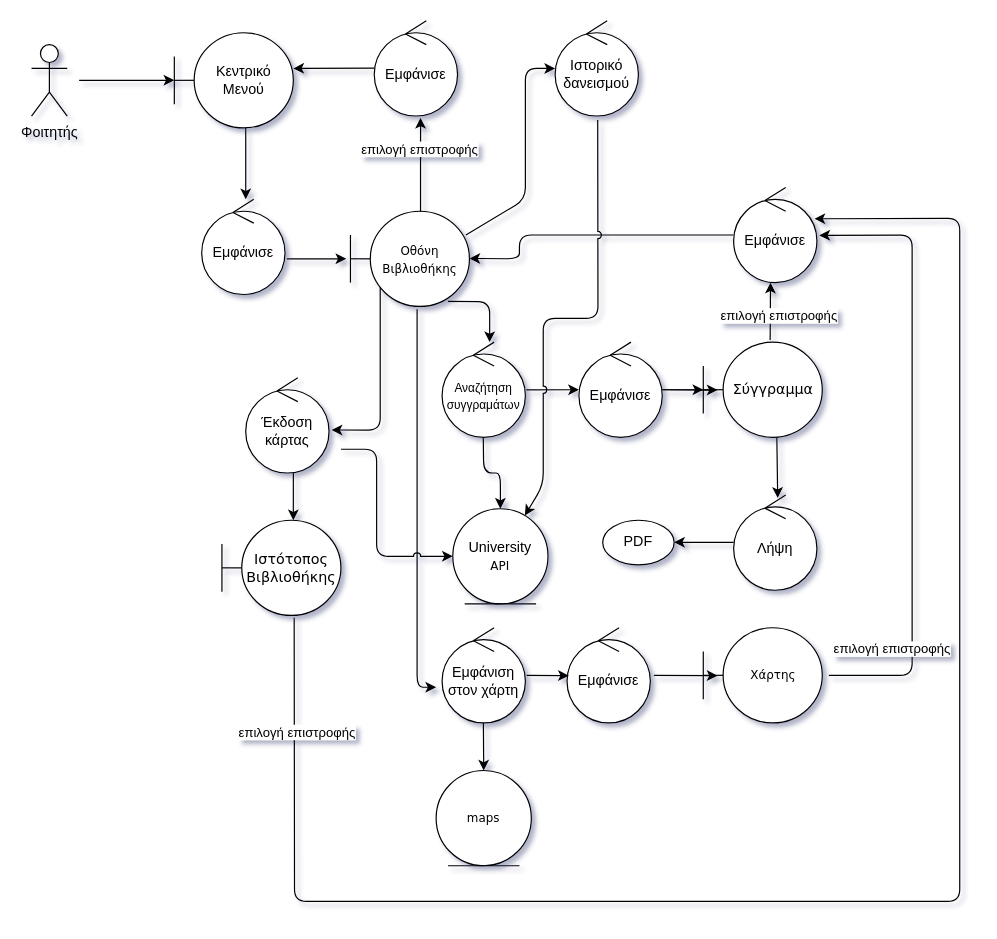
Ibournakas/PaPapp keeps this draw.io diagram as page "Library" (6 of 7) of docs/Contributions/Vaggelis/Robustness-diagrams-v0.1.drawio. Above is the earlier version. Source tidied: cells renumbered, new cells numbered last; positions are measured from the earlier drawing's top-left corner, leaving out a move shared by most shapes. Both pictures are drawn from the tidied source at 119%, with x=0, y=0 at pixel (31, 20).
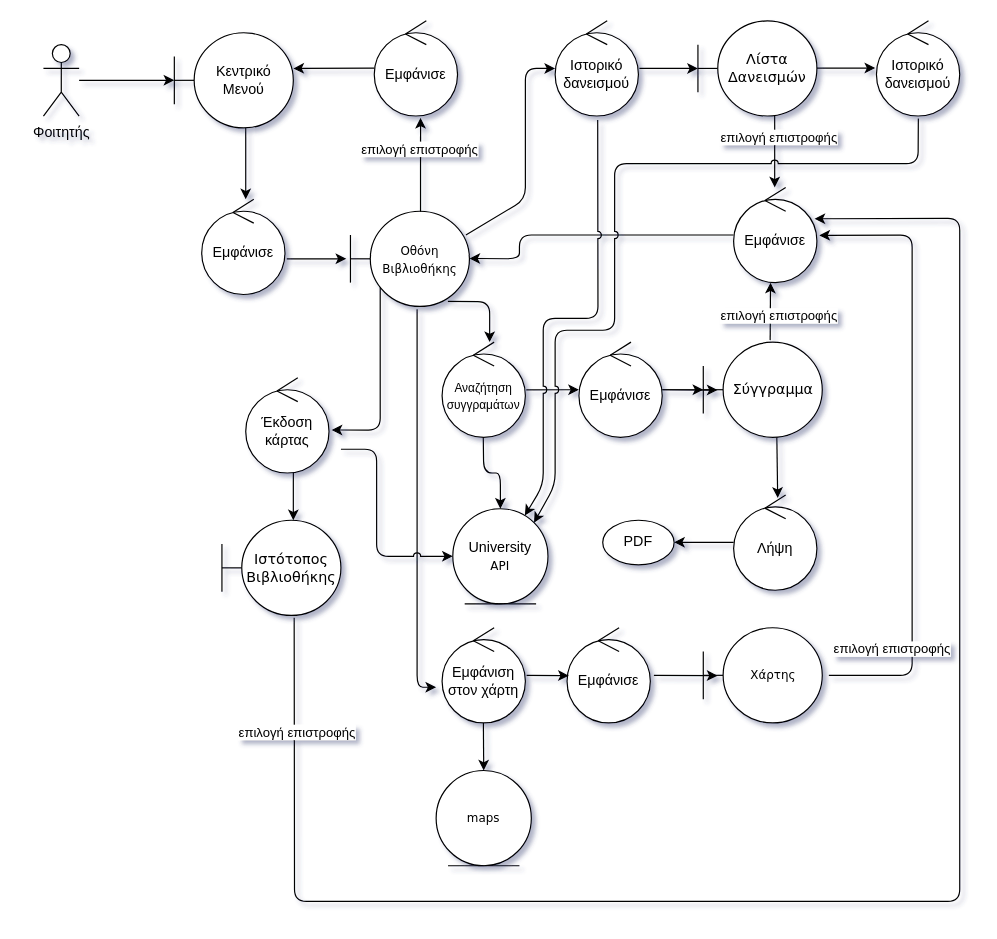
After the change.

Unchanged cells that the change refers to:
```xml
<mxCell id="12" value="University&lt;br style=&quot;border-color: var(--border-color); font-family: Verdana; font-size: 10px;&quot;&gt;&lt;span style=&quot;font-family: Verdana; font-size: 10px;&quot;&gt;API&lt;/span&gt;&lt;font face=&quot;Verdana&quot;&gt;&lt;span style=&quot;font-size: 10px;&quot;&gt;&lt;br&gt;&lt;/span&gt;&lt;/font&gt;" style="ellipse;shape=umlEntity;whiteSpace=wrap;html=1;rounded=1;" parent="1" vertex="1">
  <mxGeometry x="354" y="410" width="80" height="80" as="geometry" />
</mxCell>
<mxCell id="48" value="Ιστορικό δανεισμού" style="ellipse;shape=umlControl;whiteSpace=wrap;html=1;rounded=1;" parent="1" vertex="1">
  <mxGeometry x="440" width="70" height="80" as="geometry" />
</mxCell>
```

Change to the diagram source:
```diff
@@
     <mxCell id="2" value="Φοιτητής&lt;br&gt;" style="shape=umlActor;verticalLabelPosition=bottom;verticalAlign=top;html=1;rounded=1;" parent="1" vertex="1">
-      <mxGeometry y="20" width="30" height="60" as="geometry" />
+      <mxGeometry x="10" y="20" width="30" height="60" as="geometry" />
     </mxCell>
@@
+    <mxCell id="50" value="&lt;font style=&quot;font-size: 12px;&quot; face=&quot;Verdana&quot;&gt;Λίστα Δανεισμών&lt;/font&gt;" style="shape=umlBoundary;whiteSpace=wrap;html=1;rounded=1;" parent="1" vertex="1">
+      <mxGeometry x="560" width="100" height="80" as="geometry" />
+    </mxCell>
+    <mxCell id="51" style="endArrow=classic;html=1;rounded=1;exitX=1.011;exitY=0.499;exitDx=0;exitDy=0;exitPerimeter=0;entryX=0;entryY=0.5;entryDx=0;entryDy=0;entryPerimeter=0;" parent="1" edge="1" source="48" target="50">
+      <mxGeometry relative="1" as="geometry" />
+    </mxCell>
+    <mxCell id="52" value="Ιστορικό δανεισμού" style="ellipse;shape=umlControl;whiteSpace=wrap;html=1;rounded=1;" parent="1" vertex="1">
+      <mxGeometry x="710" width="70" height="80" as="geometry" />
+    </mxCell>
+    <mxCell id="53" style="endArrow=classic;html=1;rounded=1;" parent="1" edge="1">
+      <mxGeometry relative="1" as="geometry">
+        <mxPoint x="624.5" y="80" as="sourcePoint" />
+        <mxPoint x="624.5" y="140" as="targetPoint" />
+      </mxGeometry>
+    </mxCell>
+    <mxCell id="54" value="επιλογή επιστροφής" style="edgeLabel;html=1;align=center;verticalAlign=middle;rounded=1;" parent="1" vertex="1">
+      <mxGeometry x="625" y="100" as="geometry">
+        <mxPoint x="2" y="-3" as="offset" />
+      </mxGeometry>
+    </mxCell>
+    <mxCell id="55" style="endArrow=classic;html=1;rounded=1;exitX=1.011;exitY=0.499;exitDx=0;exitDy=0;exitPerimeter=0;entryX=0;entryY=0.5;entryDx=0;entryDy=0;entryPerimeter=0;" parent="1" edge="1">
+      <mxGeometry relative="1" as="geometry">
+        <mxPoint x="660" y="39.7" as="sourcePoint" />
+        <mxPoint x="709" y="39.7" as="targetPoint" />
+      </mxGeometry>
+    </mxCell>
+    <mxCell id="56" style="endArrow=classic;html=1;rounded=1;exitX=0.503;exitY=1.026;exitDx=0;exitDy=0;exitPerimeter=0;entryX=1;entryY=0;entryDx=0;entryDy=0;jumpStyle=arc;" parent="1" edge="1" source="52" target="12">
+      <mxGeometry relative="1" as="geometry">
+        <Array as="points">
+          <mxPoint x="745" y="120" />
+          <mxPoint x="490" y="120" />
+          <mxPoint x="490" y="260" />
+          <mxPoint x="440" y="260" />
+          <mxPoint x="440" y="340" />
+          <mxPoint x="440" y="390" />
+        </Array>
+      </mxGeometry>
+    </mxCell>
```
